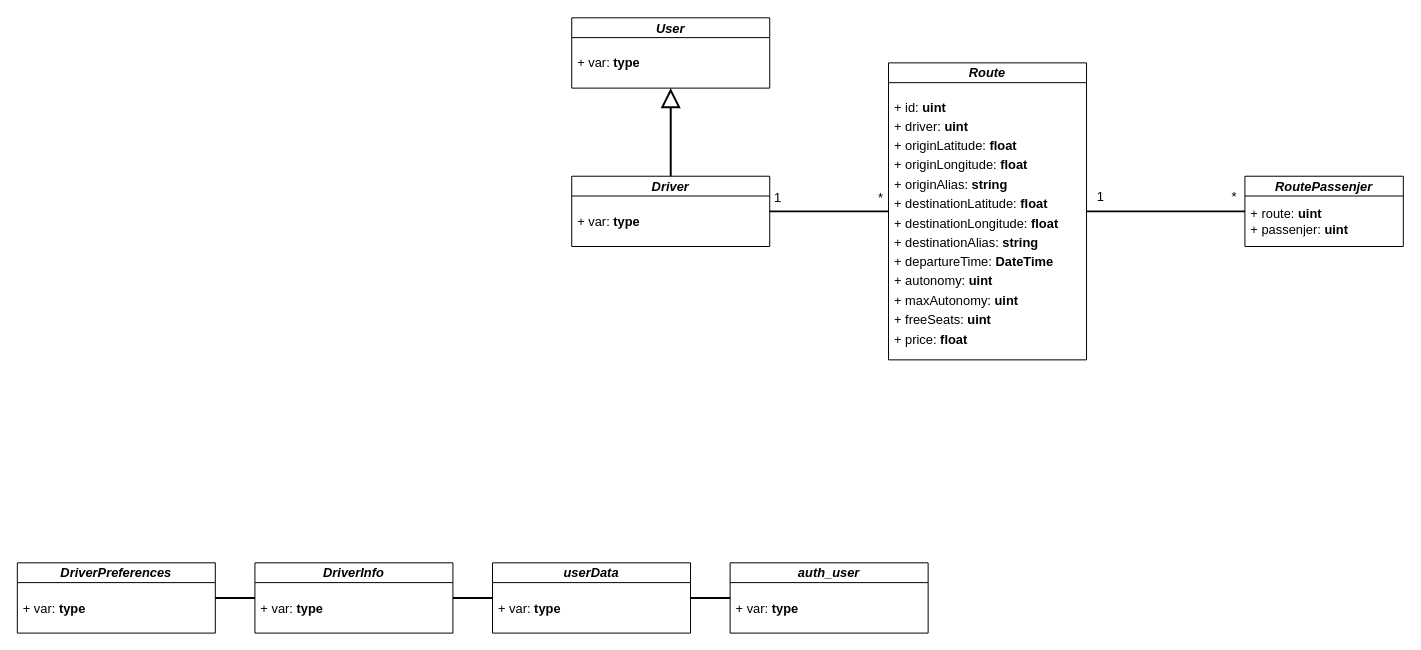
Above: page "Implementation" (2 of 2) of ModelConceptual.drawio in pes2324q2-gei-upc/PowerPathFinder (draw.io), before the change. Source tidied: cells renumbered, new cells numbered last; positions are measured from the earlier drawing's top-left corner, leaving out a move shared by most shapes. Both pictures are drawn from the tidied source at 99%, with x=0, y=0 at pixel (17, 18).
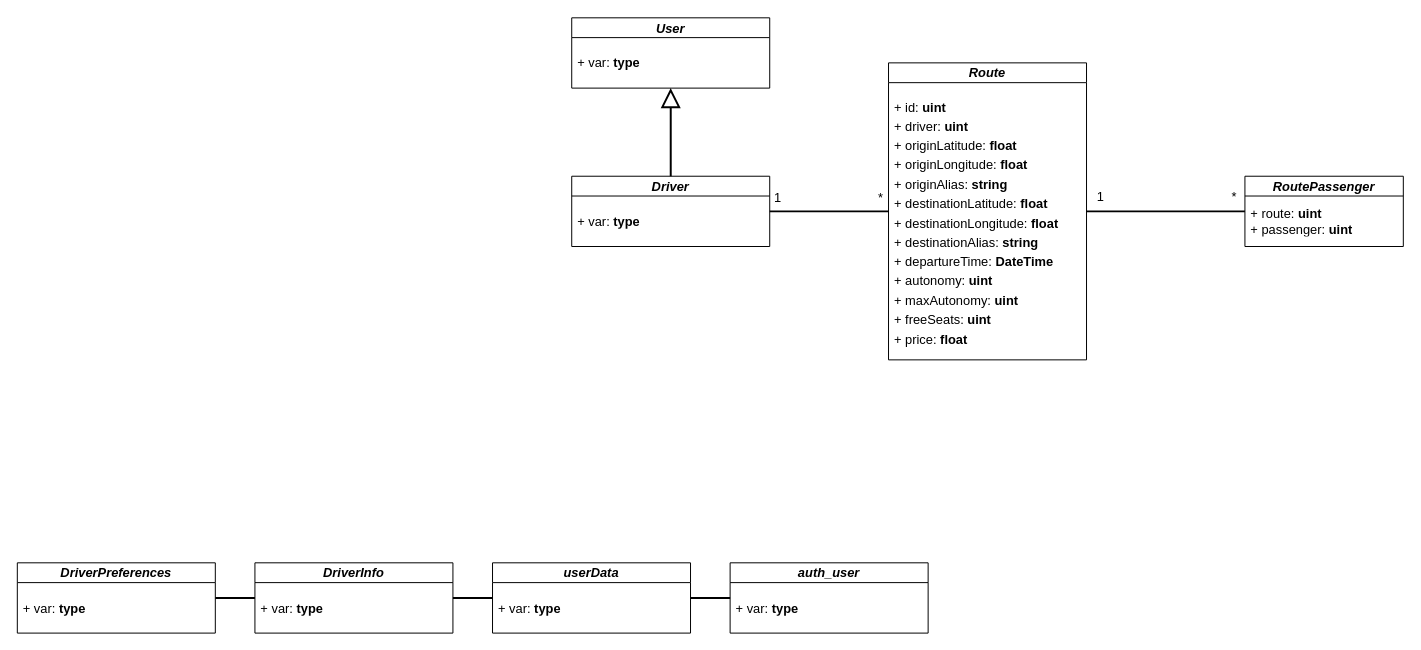
The same diagram, later.

Diff of the diagram source:
```diff
@@
-    <mxCell id="4" value="&lt;i style=&quot;font-size: 13px;&quot;&gt;&lt;font style=&quot;font-size: 13px;&quot;&gt;Route&lt;/font&gt;Passenjer&lt;/i&gt;" style="swimlane;fontStyle=1;align=center;verticalAlign=middle;horizontal=1;startSize=20;html=1;whiteSpace=wrap;fontFamily=Ubuntu;fontSize=13;" parent="1" vertex="1">
+    <mxCell id="4" value="&lt;i style=&quot;font-size: 13px;&quot;&gt;&lt;font style=&quot;font-size: 13px;&quot;&gt;Route&lt;/font&gt;Passenger&lt;/i&gt;" style="swimlane;fontStyle=1;align=center;verticalAlign=middle;horizontal=1;startSize=20;html=1;whiteSpace=wrap;fontFamily=Ubuntu;fontSize=13;" parent="1" vertex="1">
       <mxGeometry x="1240" y="159.5" width="160" height="71" as="geometry" />
     </mxCell>
-    <mxCell id="5" value="&lt;font style=&quot;font-size: 13px;&quot;&gt;+ route: &lt;b style=&quot;font-size: 13px;&quot;&gt;uint&lt;/b&gt;&lt;br style=&quot;font-size: 13px;&quot;&gt;&lt;/font&gt;&lt;div style=&quot;font-size: 13px;&quot;&gt;&lt;font style=&quot;font-size: 13px;&quot;&gt;+ passenjer: &lt;b style=&quot;font-size: 13px;&quot;&gt;uint&lt;/b&gt;&lt;/font&gt;&lt;/div&gt;" style="text;html=1;strokeColor=none;fillColor=none;align=left;verticalAlign=middle;spacingLeft=4;spacingRight=4;overflow=hidden;whiteSpace=wrap;fontFamily=Ubuntu;fontSize=13;fontStyle=0;" parent="4" vertex="1">
+    <mxCell id="5" value="&lt;font style=&quot;font-size: 13px;&quot;&gt;+ route: &lt;b style=&quot;font-size: 13px;&quot;&gt;uint&lt;/b&gt;&lt;br style=&quot;font-size: 13px;&quot;&gt;&lt;/font&gt;&lt;div style=&quot;font-size: 13px;&quot;&gt;&lt;font style=&quot;font-size: 13px;&quot;&gt;+ passenger: &lt;b style=&quot;font-size: 13px;&quot;&gt;uint&lt;/b&gt;&lt;/font&gt;&lt;/div&gt;" style="text;html=1;strokeColor=none;fillColor=none;align=left;verticalAlign=middle;spacingLeft=4;spacingRight=4;overflow=hidden;whiteSpace=wrap;fontFamily=Ubuntu;fontSize=13;fontStyle=0;" parent="4" vertex="1">
       <mxGeometry y="20" width="160" height="51" as="geometry" />
     </mxCell>
```
